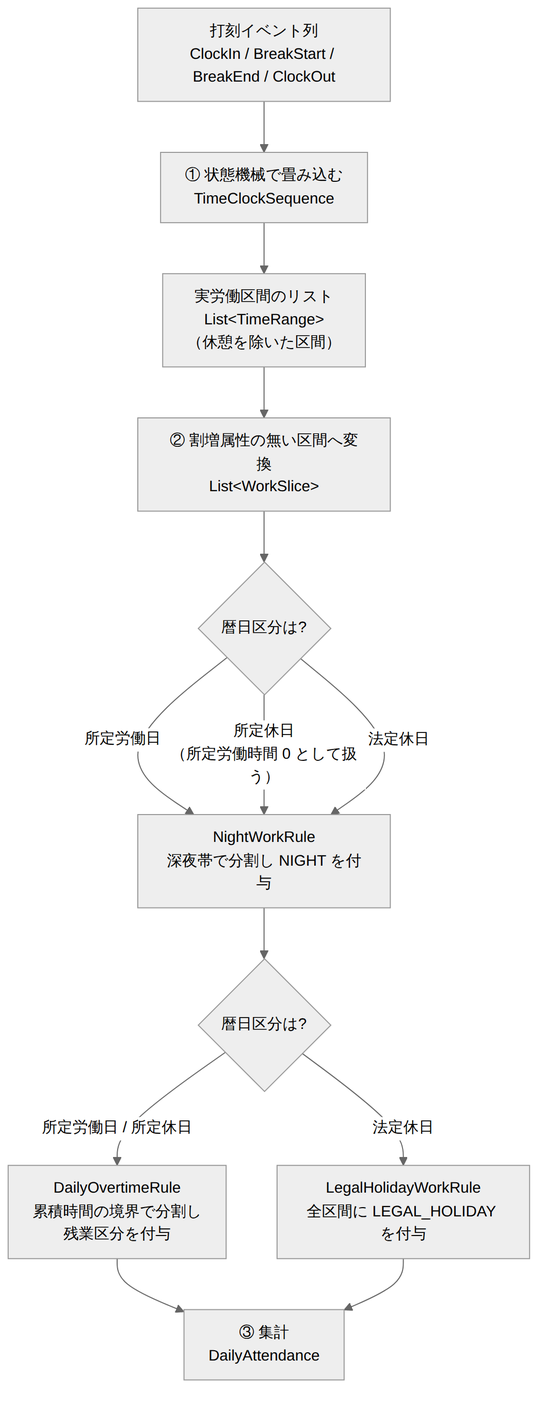
This is doc/02_詳細設計/03_勤怠_打刻と日次集計/images/計算パイプライン.png from masaki-i02/newJavaProject, a Mermaid export, as it was before one commit. Its source is kept beside it as doc/02_詳細設計/03_勤怠_打刻と日次集計/diagrams/計算パイプライン.mmd. Its diagram source:
```mermaid
flowchart TB
    E["打刻イベント列<br/>ClockIn / BreakStart / BreakEnd / ClockOut"]
    S1["① 状態機械で畳み込む<br/>TimeClockSequence"]
    R["実労働区間のリスト<br/>List&lt;TimeRange&gt;<br/>（休憩を除いた区間）"]
    S2["② 割増属性の無い区間へ変換<br/>List&lt;WorkSlice&gt;"]
    D{"暦日区分は?"}
    RN["NightWorkRule<br/>深夜帯で分割し NIGHT を付与"]
    RO["DailyOvertimeRule<br/>累積時間の境界で分割し<br/>残業区分を付与"]
    RH["LegalHolidayWorkRule<br/>全区間に LEGAL_HOLIDAY を付与"]
    A["③ 集計<br/>DailyAttendance"]

    E --> S1 --> R --> S2 --> D
    D -- "所定労働日" --> RN
    D -- "所定休日<br/>（所定労働時間 0 として扱う）" --> RN
    D -- "法定休日" --> RN
    RN --> RO2{"暦日区分は?"}
    RO2 -- "所定労働日 / 所定休日" --> RO
    RO2 -- "法定休日" --> RH
    RO --> A
    RH --> A
```
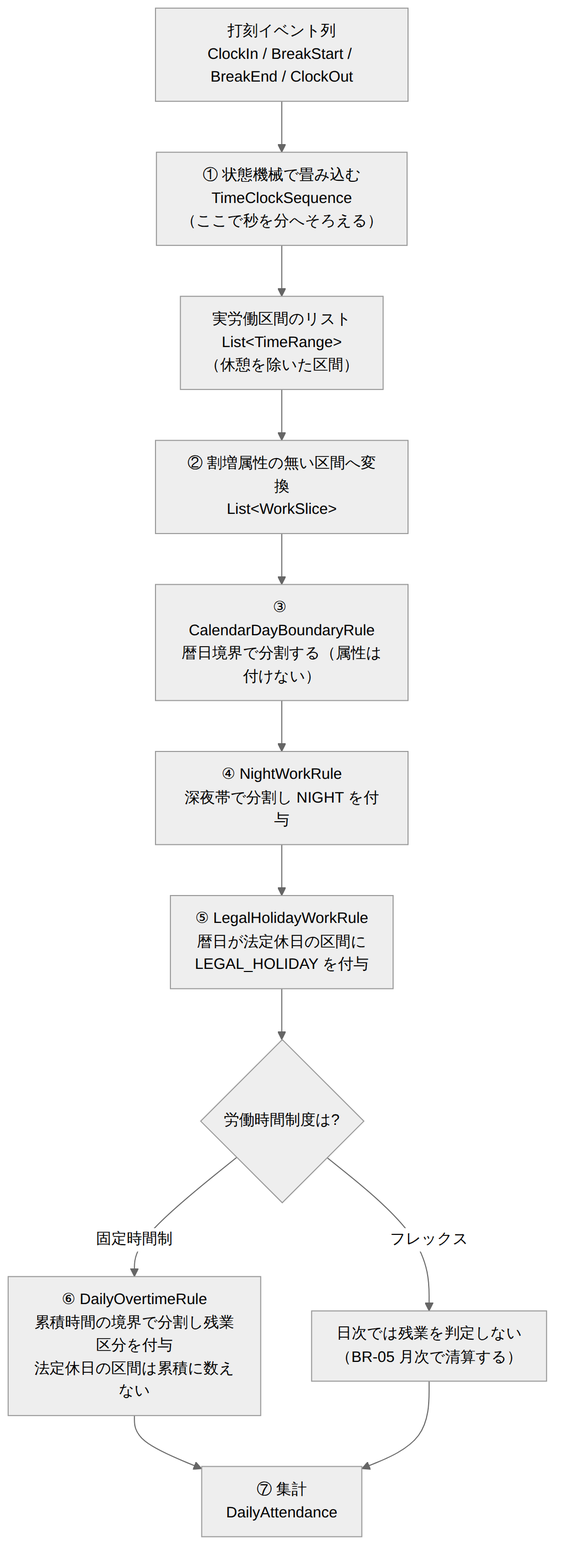
After the commit.

Change to the diagram source:
```diff
@@ -1,20 +1,18 @@
 flowchart TB
     E["打刻イベント列<br/>ClockIn / BreakStart / BreakEnd / ClockOut"]
-    S1["① 状態機械で畳み込む<br/>TimeClockSequence"]
+    S1["① 状態機械で畳み込む<br/>TimeClockSequence<br/>（ここで秒を分へそろえる）"]
     R["実労働区間のリスト<br/>List&lt;TimeRange&gt;<br/>（休憩を除いた区間）"]
     S2["② 割増属性の無い区間へ変換<br/>List&lt;WorkSlice&gt;"]
-    D{"暦日区分は?"}
-    RN["NightWorkRule<br/>深夜帯で分割し NIGHT を付与"]
-    RO["DailyOvertimeRule<br/>累積時間の境界で分割し<br/>残業区分を付与"]
-    RH["LegalHolidayWorkRule<br/>全区間に LEGAL_HOLIDAY を付与"]
-    A["③ 集計<br/>DailyAttendance"]
+    B["③ CalendarDayBoundaryRule<br/>暦日境界で分割する（属性は付けない）"]
+    RN["④ NightWorkRule<br/>深夜帯で分割し NIGHT を付与"]
+    RH["⑤ LegalHolidayWorkRule<br/>暦日が法定休日の区間に<br/>LEGAL_HOLIDAY を付与"]
+    D{"労働時間制度は?"}
+    RO["⑥ DailyOvertimeRule<br/>累積時間の境界で分割し残業区分を付与<br/>法定休日の区間は累積に数えない"]
+    SKIP["日次では残業を判定しない<br/>（BR-05 月次で清算する）"]
+    A["⑦ 集計<br/>DailyAttendance"]
 
-    E --> S1 --> R --> S2 --> D
-    D -- "所定労働日" --> RN
-    D -- "所定休日<br/>（所定労働時間 0 として扱う）" --> RN
-    D -- "法定休日" --> RN
-    RN --> RO2{"暦日区分は?"}
-    RO2 -- "所定労働日 / 所定休日" --> RO
-    RO2 -- "法定休日" --> RH
+    E --> S1 --> R --> S2 --> B --> RN --> RH --> D
+    D -- "固定時間制" --> RO
+    D -- "フレックス" --> SKIP
     RO --> A
-    RH --> A
+    SKIP --> A
```
